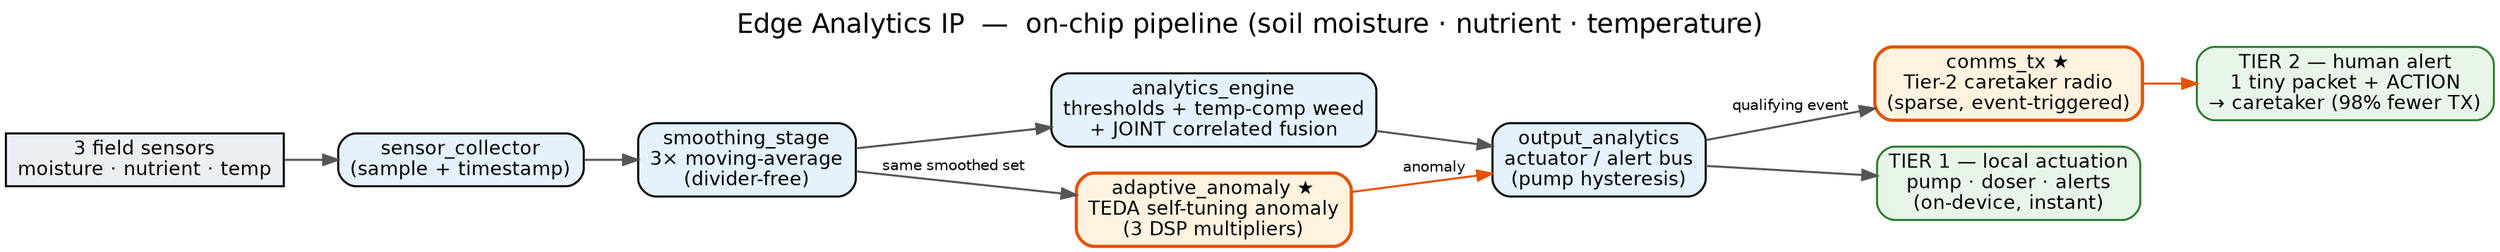
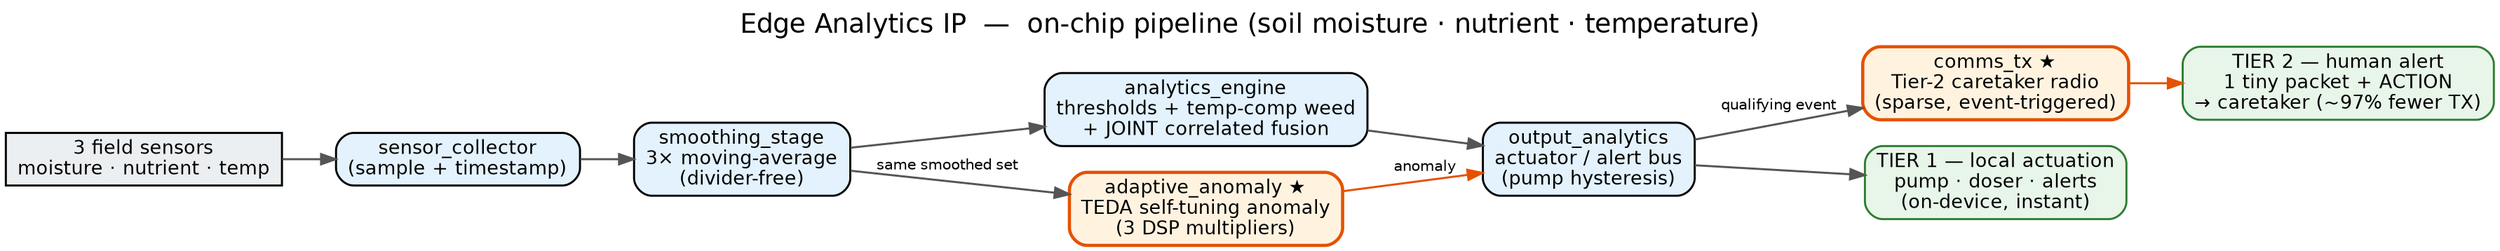
// Clean, slide-ready architecture block diagram of the Edge Analytics IP.
// Hand-authored (readable) — NOT the raw netlist. Render:
//   dot -Tsvg synthesis/architecture.dot -o synthesis/architecture.svg
//   dot -Tpng -Gdpi=150 synthesis/architecture.dot -o synthesis/architecture.png
digraph edge_analytics_ip {
    rankdir=LR;
    bgcolor="white";
    node  [fontname="Helvetica", fontsize=13, style="filled,rounded", shape=box, penwidth=1.4];
    edge  [fontname="Helvetica", fontsize=10, color="#555555", penwidth=1.4];
    graph [fontname="Helvetica", labelloc="t", fontsize=18,
           label="Edge Analytics IP  —  on-chip pipeline (soil moisture · nutrient · temperature)"];

    // --- inputs ---
    sensors [label="3 field sensors\nmoisture · nutrient · temp", fillcolor="#eceff1", shape=box, style="filled"];

    // --- pipeline core (mandatory features) ---
    collect [label="sensor_collector\n(sample + timestamp)", fillcolor="#e3f2fd"];
    smooth  [label="smoothing_stage\n3× moving-average\n(divider-free)", fillcolor="#e3f2fd"];
    engine  [label="analytics_engine\nthresholds + temp-comp weed\n+ JOINT correlated fusion", fillcolor="#e3f2fd"];
    outp    [label="output_analytics\nactuator / alert bus\n(pump hysteresis)", fillcolor="#e3f2fd"];

    // --- differentiators (highlighted) ---
    teda    [label="adaptive_anomaly ★\nTEDA self-tuning anomaly\n(3 DSP multipliers)", fillcolor="#fff3e0", color="#e65100", penwidth=2.2];
    comms   [label="comms_tx ★\nTier-2 caretaker radio\n(sparse, event-triggered)", fillcolor="#fff3e0", color="#e65100", penwidth=2.2];

    // --- outputs ---
    tier1   [label="TIER 1 — local actuation\npump · doser · alerts\n(on-device, instant)", fillcolor="#e8f5e9", color="#2e7d32"];
-     tier2   [label="TIER 2 — human alert\n1 tiny packet + ACTION\n→ caretaker (98% fewer TX)", fillcolor="#e8f5e9", color="#2e7d32"];
+     tier2   [label="TIER 2 — human alert\n1 tiny packet + ACTION\n→ caretaker (~97% fewer TX)", fillcolor="#e8f5e9", color="#2e7d32"];

    // --- flow ---
    sensors -> collect -> smooth;
    smooth  -> engine;
    smooth  -> teda   [label="same smoothed set"];
    engine  -> outp;
    teda    -> outp   [label="anomaly", color="#e65100"];
    outp    -> tier1;
    outp    -> comms  [label="qualifying event"];
    comms   -> tier2  [color="#e65100"];

    { rank=same; teda; engine; }
    { rank=same; tier1; comms; }
}
